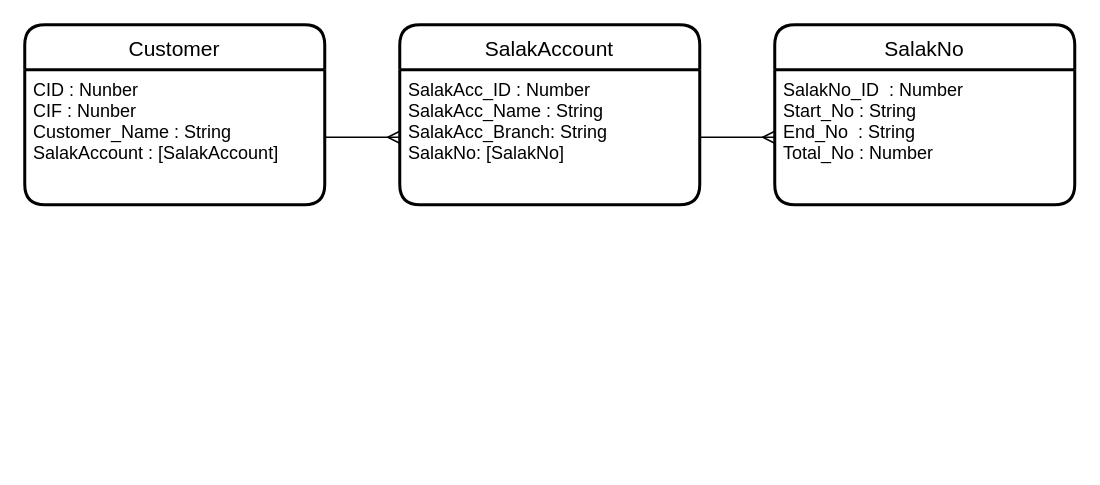
The draw.io diagram diagram/er.drawio in rungtiwa-in/CheckSalak, before the edit. Source tidied: cells renumbered, new cells numbered last; positions are measured from the earlier drawing's top-left corner, leaving out a move shared by most shapes. Both pictures are drawn from the tidied source at 150%, with x=0, y=0 at pixel (24, 24).
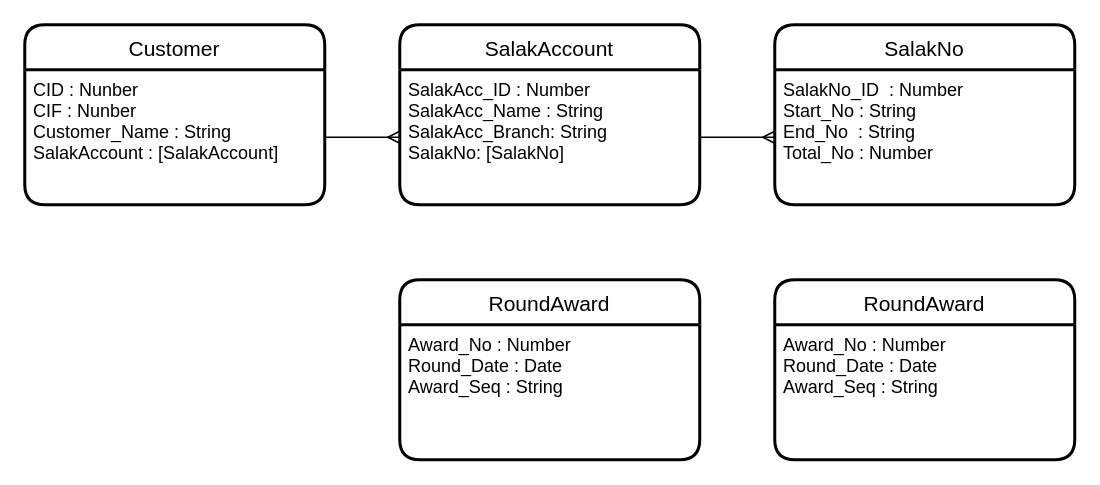
Above is the later version.

The edit, as a diff of the source:
```diff
@@
 <mxGraphModel>
   <root>
     <mxCell id="0" />
     <mxCell id="1" parent="0" />
     <mxCell id="2" value="Customer" style="swimlane;horizontal=1;startSize=30;rounded=1;fontSize=14;fontStyle=0;strokeWidth=2;shadow=0;dashed=0;align=center;" parent="1" vertex="1">
       <mxGeometry width="200" height="120" as="geometry" />
     </mxCell>
     <mxCell id="3" value="CID : Nunber &#10;CIF : Nunber&#10;Customer_Name : String&#10;SalakAccount : [SalakAccount]&#10;" style="align=left;strokeColor=none;fillColor=none;spacingLeft=4;fontSize=12;verticalAlign=top;" parent="2" vertex="1">
       <mxGeometry y="30" width="200" height="90" as="geometry" />
     </mxCell>
     <mxCell id="4" value="SalakAccount" style="swimlane;horizontal=1;startSize=30;rounded=1;fontSize=14;fontStyle=0;strokeWidth=2;shadow=0;dashed=0;align=center;" parent="1" vertex="1">
       <mxGeometry x="250" width="200" height="120" as="geometry" />
     </mxCell>
     <mxCell id="5" value="SalakAcc_ID : Number&#10;SalakAcc_Name : String&#10;SalakAcc_Branch: String&#10;SalakNo: [SalakNo]" style="align=left;strokeColor=none;fillColor=none;spacingLeft=4;fontSize=12;verticalAlign=top;" parent="4" vertex="1">
       <mxGeometry y="30" width="200" height="90" as="geometry" />
     </mxCell>
     <mxCell id="6" value="SalakNo" style="swimlane;horizontal=1;startSize=30;rounded=1;fontSize=14;fontStyle=0;strokeWidth=2;shadow=0;dashed=0;align=center;" parent="1" vertex="1">
       <mxGeometry x="500" width="200" height="120" as="geometry" />
     </mxCell>
     <mxCell id="7" value="SalakNo_ID  : Number&#10;Start_No : String&#10;End_No  : String&#10;Total_No : Number" style="align=left;strokeColor=none;fillColor=none;spacingLeft=4;fontSize=12;verticalAlign=top;" parent="6" vertex="1">
       <mxGeometry y="30" width="200" height="90" as="geometry" />
     </mxCell>
     <mxCell id="8" style="edgeStyle=entityRelationEdgeStyle;fontSize=12;html=1;endArrow=ERmany;entryX=0;entryY=0.5;entryDx=0;entryDy=0;" parent="1" edge="1" source="3" target="5">
       <mxGeometry relative="1" as="geometry" />
     </mxCell>
     <mxCell id="9" style="edgeStyle=entityRelationEdgeStyle;fontSize=12;html=1;endArrow=ERmany;entryX=0;entryY=0.5;entryDx=0;entryDy=0;exitX=1;exitY=0.5;exitDx=0;exitDy=0;" parent="1" edge="1" source="5" target="7">
       <mxGeometry relative="1" as="geometry" />
     </mxCell>
+    <mxCell id="10" value="RoundAward" style="swimlane;horizontal=1;startSize=30;rounded=1;fontSize=14;fontStyle=0;strokeWidth=2;shadow=0;dashed=0;align=center;" parent="1" vertex="1">
+      <mxGeometry x="250" y="170" width="200" height="120" as="geometry" />
+    </mxCell>
+    <mxCell id="11" value="Award_No : Number&#10;Round_Date : Date&#10;Award_Seq : String" style="align=left;strokeColor=none;fillColor=none;spacingLeft=4;fontSize=12;verticalAlign=top;" parent="10" vertex="1">
+      <mxGeometry y="30" width="200" height="90" as="geometry" />
+    </mxCell>
+    <mxCell id="12" value="RoundAward" style="swimlane;horizontal=1;startSize=30;rounded=1;fontSize=14;fontStyle=0;strokeWidth=2;shadow=0;dashed=0;align=center;" parent="1" vertex="1">
+      <mxGeometry x="500" y="170" width="200" height="120" as="geometry" />
+    </mxCell>
+    <mxCell id="13" value="Award_No : Number&#10;Round_Date : Date&#10;Award_Seq : String" style="align=left;strokeColor=none;fillColor=none;spacingLeft=4;fontSize=12;verticalAlign=top;" parent="12" vertex="1">
+      <mxGeometry y="30" width="200" height="90" as="geometry" />
+    </mxCell>
   </root>
 </mxGraphModel>
```
